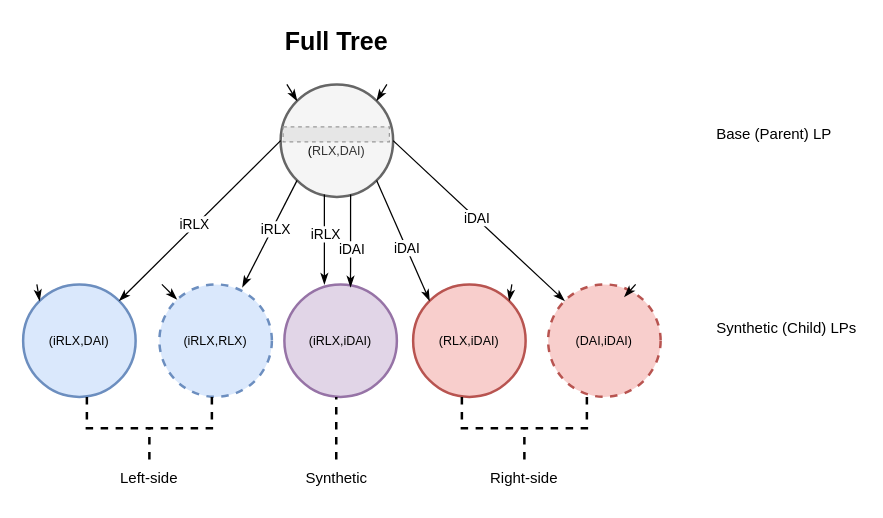
Earlier version of the draw.io diagram pachira_lp/img/drawio/full_tree.drawio (syscoin/latex_docs). Source tidied: cells renumbered, new cells numbered last; positions are measured from the earlier drawing's top-left corner, leaving out a move shared by most shapes. Both pictures are drawn from the tidied source at 125%, with x=0, y=0 at pixel (22, 21). Pictures stored in the file or linked from it are replaced by grey dashed boxes.
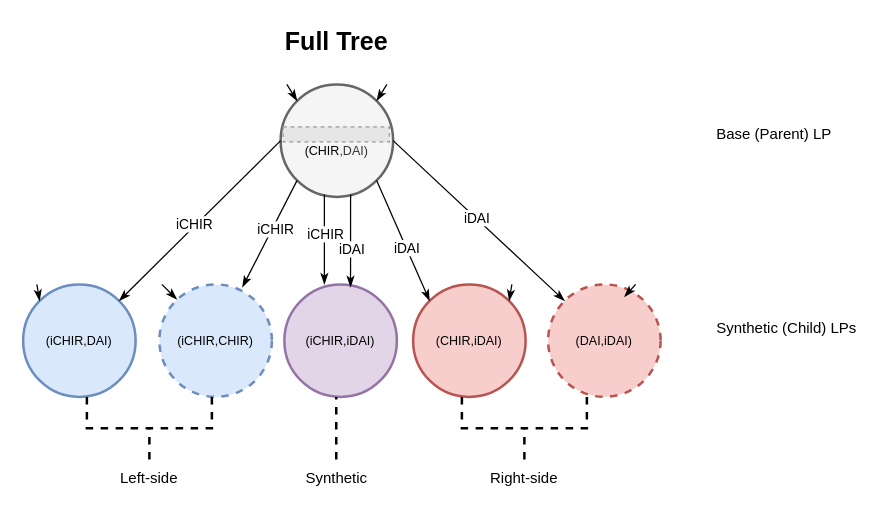
The same diagram, later.

The change refers to these unchanged cells:
```xml
<mxCell id="8" style="endArrow=none;html=1;rounded=0;exitX=1;exitY=0;exitDx=0;exitDy=0;entryX=0;entryY=0.5;entryDx=0;entryDy=0;startArrow=classicThin;startFill=1;" parent="1" edge="1" source="3" target="2">
  <mxGeometry relative="1" as="geometry" />
</mxCell>
<mxCell id="10" style="endArrow=none;html=1;rounded=0;entryX=0;entryY=1;entryDx=0;entryDy=0;exitX=0.738;exitY=0.025;exitDx=0;exitDy=0;exitPerimeter=0;startArrow=classicThin;startFill=1;" parent="1" edge="1" source="4" target="2">
  <mxGeometry relative="1" as="geometry" />
</mxCell>
<mxCell id="31" style="endArrow=none;html=1;rounded=0;entryX=0.389;entryY=0.978;entryDx=0;entryDy=0;entryPerimeter=0;startArrow=classicThin;startFill=1;" parent="1" edge="1" target="2">
  <mxGeometry relative="1" as="geometry">
    <mxPoint x="241" y="210" as="sourcePoint" />
  </mxGeometry>
</mxCell>
```

Change to the diagram source:
```diff
@@
-    <mxCell id="2" value="&lt;font style=&quot;font-size: 10px;&quot;&gt;&lt;span style=&quot;border-color: var(--border-color);&quot;&gt;&lt;br&gt;&lt;font color=&quot;#000000&quot;&gt;(&lt;/font&gt;&lt;/span&gt;RLX,DAI)&lt;/font&gt;" style="ellipse;whiteSpace=wrap;html=1;fillColor=#f5f5f5;fontColor=#333333;strokeColor=#666666;strokeWidth=2;" parent="1" vertex="1">
+    <mxCell id="2" value="&lt;font style=&quot;font-size: 10px;&quot;&gt;&lt;span style=&quot;border-color: var(--border-color);&quot;&gt;&lt;br&gt;&lt;font color=&quot;#000000&quot;&gt;(CHIR&lt;/font&gt;&lt;/span&gt;,DAI)&lt;/font&gt;" style="ellipse;whiteSpace=wrap;html=1;fillColor=#f5f5f5;fontColor=#333333;strokeColor=#666666;strokeWidth=2;" parent="1" vertex="1">
       <mxGeometry x="206" y="50" width="90" height="90" as="geometry" />
     </mxCell>
-    <mxCell id="3" value="&lt;font style=&quot;font-size: 10px;&quot;&gt;&lt;span style=&quot;border-color: var(--border-color);&quot;&gt;(&lt;/span&gt;iRLX,DAI)&lt;/font&gt;" style="ellipse;whiteSpace=wrap;html=1;fillColor=#dae8fc;strokeColor=#6c8ebf;strokeWidth=2;" parent="1" vertex="1">
+    <mxCell id="3" value="&lt;font style=&quot;font-size: 10px;&quot;&gt;&lt;span style=&quot;border-color: var(--border-color);&quot;&gt;(&lt;/span&gt;iCHIR,DAI)&lt;/font&gt;" style="ellipse;whiteSpace=wrap;html=1;fillColor=#dae8fc;strokeColor=#6c8ebf;strokeWidth=2;" parent="1" vertex="1">
       <mxGeometry y="210" width="90" height="90" as="geometry" />
     </mxCell>
-    <mxCell id="4" value="&lt;font style=&quot;font-size: 10px;&quot;&gt;&lt;span style=&quot;border-color: var(--border-color);&quot;&gt;(&lt;/span&gt;iRLX,RLX)&lt;/font&gt;" style="ellipse;whiteSpace=wrap;html=1;dashed=1;fillColor=#dae8fc;strokeColor=#6c8ebf;strokeWidth=2;" parent="1" vertex="1">
+    <mxCell id="4" value="&lt;font style=&quot;font-size: 10px;&quot;&gt;&lt;span style=&quot;border-color: var(--border-color);&quot;&gt;(&lt;/span&gt;iCHIR,CHIR)&lt;/font&gt;" style="ellipse;whiteSpace=wrap;html=1;dashed=1;fillColor=#dae8fc;strokeColor=#6c8ebf;strokeWidth=2;" parent="1" vertex="1">
       <mxGeometry x="109" y="210" width="90" height="90" as="geometry" />
     </mxCell>
-    <mxCell id="5" value="&lt;font style=&quot;font-size: 10px;&quot;&gt;&lt;span style=&quot;border-color: var(--border-color);&quot;&gt;(&lt;/span&gt;RLX,iDAI)&lt;/font&gt;" style="ellipse;whiteSpace=wrap;html=1;fillColor=#f8cecc;strokeColor=#b85450;strokeWidth=2;" parent="1" vertex="1">
+    <mxCell id="5" value="&lt;font style=&quot;font-size: 10px;&quot;&gt;&lt;span style=&quot;border-color: var(--border-color);&quot;&gt;(CHIR&lt;/span&gt;,iDAI)&lt;/font&gt;" style="ellipse;whiteSpace=wrap;html=1;fillColor=#f8cecc;strokeColor=#b85450;strokeWidth=2;" parent="1" vertex="1">
       <mxGeometry x="312" y="210" width="90" height="90" as="geometry" />
     </mxCell>
@@
-    <mxCell id="7" value="&lt;font style=&quot;font-size: 10px;&quot;&gt;&lt;span style=&quot;border-color: var(--border-color);&quot;&gt;(&lt;/span&gt;iRLX,iDAI)&lt;/font&gt;" style="ellipse;whiteSpace=wrap;html=1;fillColor=#e1d5e7;strokeColor=#9673a6;strokeWidth=2;" parent="1" vertex="1">
+    <mxCell id="7" value="&lt;font style=&quot;font-size: 10px;&quot;&gt;&lt;span style=&quot;border-color: var(--border-color);&quot;&gt;(&lt;/span&gt;iCHIR,iDAI)&lt;/font&gt;" style="ellipse;whiteSpace=wrap;html=1;fillColor=#e1d5e7;strokeColor=#9673a6;strokeWidth=2;" parent="1" vertex="1">
       <mxGeometry x="209" y="210" width="90" height="90" as="geometry" />
     </mxCell>
@@
-    <mxCell id="9" value="iRLX" style="edgeLabel;html=1;align=center;verticalAlign=middle;" parent="8" vertex="1">
+    <mxCell id="9" value="iCHIR" style="edgeLabel;html=1;align=center;verticalAlign=middle;" parent="8" vertex="1">
       <mxGeometry x="-0.06" y="2" relative="1" as="geometry" />
     </mxCell>
@@
-    <mxCell id="11" value="iRLX" style="edgeLabel;html=1;align=center;verticalAlign=middle;" parent="10" vertex="1">
+    <mxCell id="11" value="iCHIR" style="edgeLabel;html=1;align=center;verticalAlign=middle;" parent="10" vertex="1">
       <mxGeometry x="0.11" y="-2" relative="1" as="geometry" />
     </mxCell>
@@
-    <mxCell id="32" value="iRLX" style="edgeLabel;html=1;align=center;verticalAlign=middle;" parent="31" vertex="1">
+    <mxCell id="32" value="iCHIR" style="edgeLabel;html=1;align=center;verticalAlign=middle;" parent="31" vertex="1">
       <mxGeometry x="0.14" y="-3" relative="1" as="geometry">
         <mxPoint x="-3" as="offset" />
       </mxGeometry>
     </mxCell>
```
